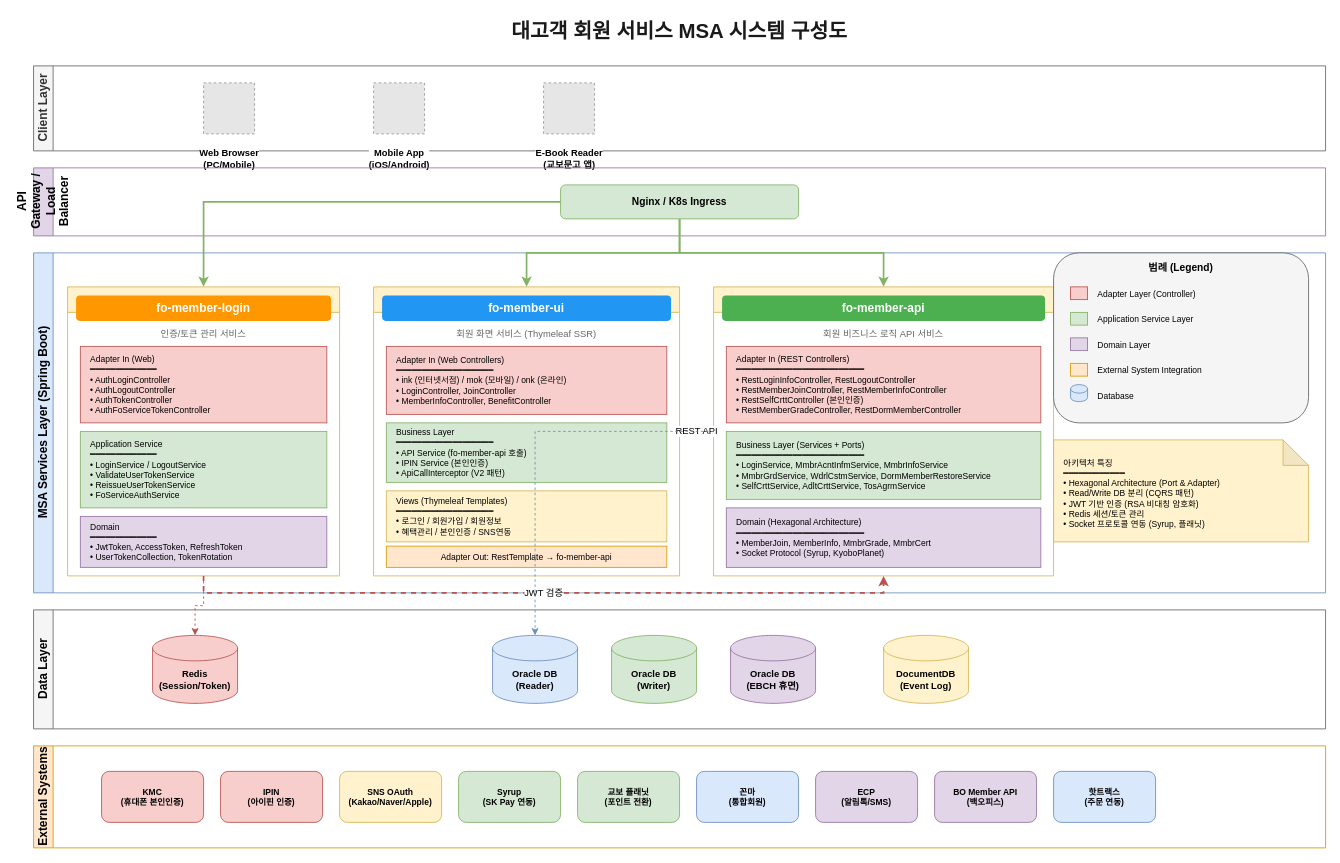
Above: fo-member-msa-architecture.drawio in BaekSeungJo/Diagram (draw.io), before the change. Source tidied: cells renumbered, new cells numbered last; positions are measured from the earlier drawing's top-left corner, leaving out a move shared by most shapes. Both pictures are drawn from the tidied source at 85%, with x=0, y=0 at pixel (33, 14). Pictures stored in the file or linked from it are replaced by grey dashed boxes.
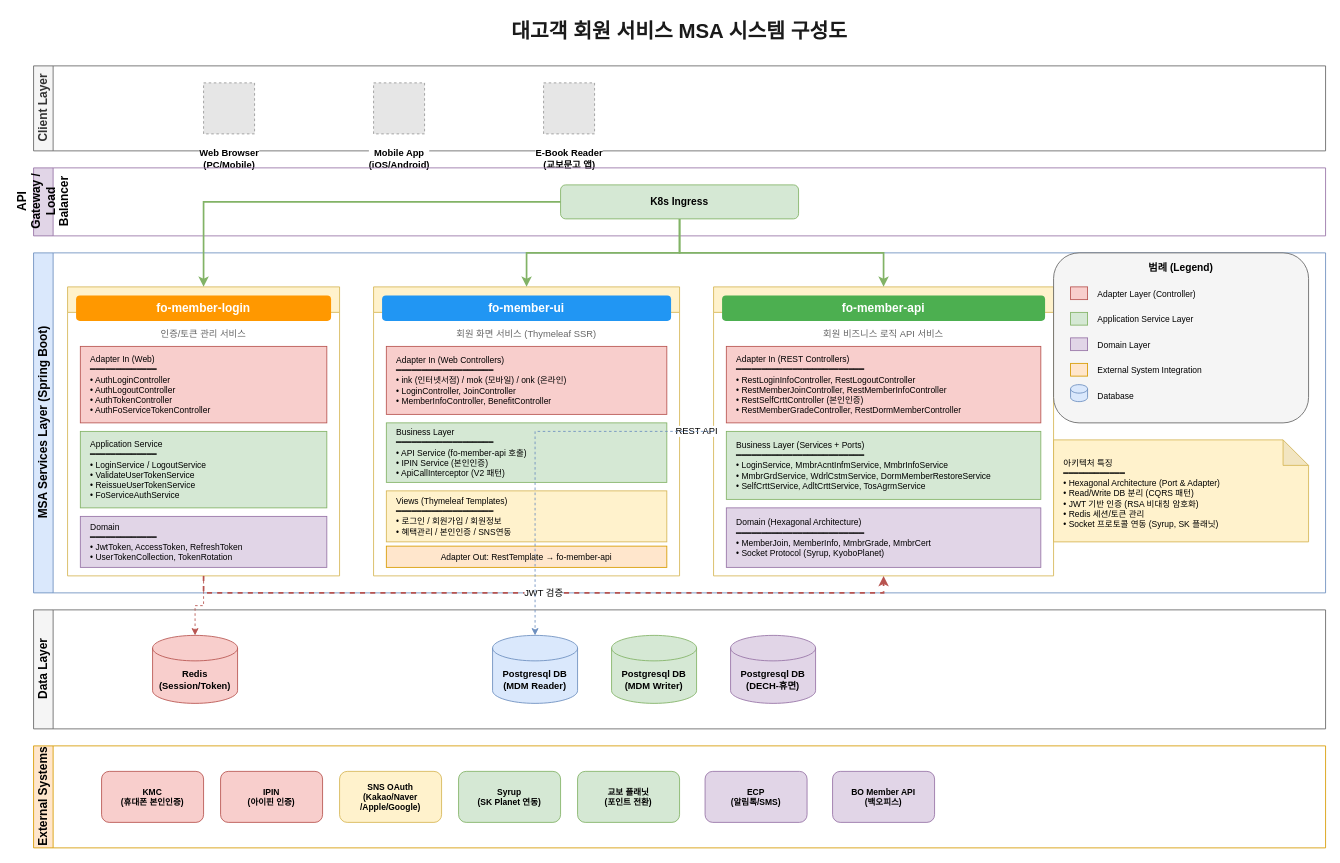
The same page after the edit.

Unchanged cells that the change refers to:
```xml
<mxCell id="7" value="API Gateway / Load Balancer" style="swimlane;horizontal=0;whiteSpace=wrap;html=1;fillColor=#e1d5e7;strokeColor=#9673a6;fontSize=14;fontStyle=1;" parent="1" vertex="1">
  <mxGeometry y="180" width="1520" height="80" as="geometry" />
</mxCell>
<mxCell id="31" value="Data Layer" style="swimlane;horizontal=0;whiteSpace=wrap;html=1;fillColor=#f5f5f5;strokeColor=#666666;fontSize=14;fontStyle=1;" parent="1" vertex="1">
  <mxGeometry y="700" width="1520" height="140" as="geometry" />
</mxCell>
<mxCell id="37" value="External Systems" style="swimlane;horizontal=0;whiteSpace=wrap;html=1;fillColor=#ffe6cc;strokeColor=#d79b00;fontSize=14;fontStyle=1;" parent="1" vertex="1">
  <mxGeometry y="860" width="1520" height="120" as="geometry" />
</mxCell>
```

The edit, as a diff of the source:
```diff
@@
-    <mxCell id="8" value="Nginx / K8s Ingress" style="rounded=1;whiteSpace=wrap;html=1;fillColor=#d5e8d4;strokeColor=#82b366;fontSize=12;fontStyle=1;" parent="7" vertex="1">
+    <mxCell id="8" value="K8s Ingress" style="rounded=1;whiteSpace=wrap;html=1;fillColor=#d5e8d4;strokeColor=#82b366;fontSize=12;fontStyle=1;" parent="7" vertex="1">
       <mxGeometry x="620" y="20" width="280" height="40" as="geometry" />
     </mxCell>
@@
-    <mxCell id="33" value="Oracle DB&#10;(Reader)" style="shape=cylinder3;whiteSpace=wrap;html=1;boundedLbl=1;backgroundOutline=1;size=15;fillColor=#dae8fc;strokeColor=#6c8ebf;fontSize=11;fontStyle=1;" parent="31" vertex="1">
+    <mxCell id="33" value="Postgresql DB&lt;br&gt;(MDM Reader)" style="shape=cylinder3;whiteSpace=wrap;html=1;boundedLbl=1;backgroundOutline=1;size=15;fillColor=#dae8fc;strokeColor=#6c8ebf;fontSize=11;fontStyle=1;" parent="31" vertex="1">
       <mxGeometry x="540" y="30" width="100" height="80" as="geometry" />
     </mxCell>
-    <mxCell id="34" value="Oracle DB&#10;(Writer)" style="shape=cylinder3;whiteSpace=wrap;html=1;boundedLbl=1;backgroundOutline=1;size=15;fillColor=#d5e8d4;strokeColor=#82b366;fontSize=11;fontStyle=1;" parent="31" vertex="1">
+    <mxCell id="34" value="Postgresql DB&lt;br&gt;(MDM Writer)" style="shape=cylinder3;whiteSpace=wrap;html=1;boundedLbl=1;backgroundOutline=1;size=15;fillColor=#d5e8d4;strokeColor=#82b366;fontSize=11;fontStyle=1;" parent="31" vertex="1">
       <mxGeometry x="680" y="30" width="100" height="80" as="geometry" />
     </mxCell>
-    <mxCell id="35" value="Oracle DB&#10;(EBCH 휴면)" style="shape=cylinder3;whiteSpace=wrap;html=1;boundedLbl=1;backgroundOutline=1;size=15;fillColor=#e1d5e7;strokeColor=#9673a6;fontSize=11;fontStyle=1;" parent="31" vertex="1">
+    <mxCell id="35" value="Postgresql DB&lt;br&gt;(DECH-휴면)" style="shape=cylinder3;whiteSpace=wrap;html=1;boundedLbl=1;backgroundOutline=1;size=15;fillColor=#e1d5e7;strokeColor=#9673a6;fontSize=11;fontStyle=1;" parent="31" vertex="1">
       <mxGeometry x="820" y="30" width="100" height="80" as="geometry" />
     </mxCell>
-    <mxCell id="36" value="DocumentDB&#10;(Event Log)" style="shape=cylinder3;whiteSpace=wrap;html=1;boundedLbl=1;backgroundOutline=1;size=15;fillColor=#fff2cc;strokeColor=#d6b656;fontSize=11;fontStyle=1;" parent="31" vertex="1">
-      <mxGeometry x="1000" y="30" width="100" height="80" as="geometry" />
-    </mxCell>
@@
-    <mxCell id="40" value="SNS OAuth&#10;(Kakao/Naver/Apple)" style="rounded=1;whiteSpace=wrap;html=1;fillColor=#fff2cc;strokeColor=#d6b656;fontSize=10;fontStyle=1;" parent="37" vertex="1">
+    <mxCell id="40" value="SNS OAuth&lt;br&gt;(Kakao/Naver&lt;br&gt;/Apple/Google)" style="rounded=1;whiteSpace=wrap;html=1;fillColor=#fff2cc;strokeColor=#d6b656;fontSize=10;fontStyle=1;" parent="37" vertex="1">
       <mxGeometry x="360" y="30" width="120" height="60" as="geometry" />
     </mxCell>
-    <mxCell id="41" value="Syrup&#10;(SK Pay 연동)" style="rounded=1;whiteSpace=wrap;html=1;fillColor=#d5e8d4;strokeColor=#82b366;fontSize=10;fontStyle=1;" parent="37" vertex="1">
+    <mxCell id="41" value="Syrup&lt;br&gt;(SK Planet 연동)" style="rounded=1;whiteSpace=wrap;html=1;fillColor=#d5e8d4;strokeColor=#82b366;fontSize=10;fontStyle=1;" parent="37" vertex="1">
       <mxGeometry x="500" y="30" width="120" height="60" as="geometry" />
     </mxCell>
@@
-    <mxCell id="43" value="꼰마&#10;(통합회원)" style="rounded=1;whiteSpace=wrap;html=1;fillColor=#dae8fc;strokeColor=#6c8ebf;fontSize=10;fontStyle=1;" parent="37" vertex="1">
-      <mxGeometry x="780" y="30" width="120" height="60" as="geometry" />
-    </mxCell>
     <mxCell id="44" value="ECP&#10;(알림톡/SMS)" style="rounded=1;whiteSpace=wrap;html=1;fillColor=#e1d5e7;strokeColor=#9673a6;fontSize=10;fontStyle=1;" parent="37" vertex="1">
-      <mxGeometry x="920" y="30" width="120" height="60" as="geometry" />
+      <mxGeometry x="790" y="30" width="120" height="60" as="geometry" />
     </mxCell>
     <mxCell id="45" value="BO Member API&#10;(백오피스)" style="rounded=1;whiteSpace=wrap;html=1;fillColor=#e1d5e7;strokeColor=#9673a6;fontSize=10;fontStyle=1;" parent="37" vertex="1">
-      <mxGeometry x="1060" y="30" width="120" height="60" as="geometry" />
+      <mxGeometry x="940" y="30" width="120" height="60" as="geometry" />
     </mxCell>
-    <mxCell id="46" value="핫트랙스&#10;(주문 연동)" style="rounded=1;whiteSpace=wrap;html=1;fillColor=#dae8fc;strokeColor=#6c8ebf;fontSize=10;fontStyle=1;" parent="37" vertex="1">
-      <mxGeometry x="1200" y="30" width="120" height="60" as="geometry" />
-    </mxCell>
@@
-    <mxCell id="64" value="아키텍처 특징&#10;━━━━━━━━━━━━&#10;• Hexagonal Architecture (Port &amp; Adapter)&#10;• Read/Write DB 분리 (CQRS 패턴)&#10;• JWT 기반 인증 (RSA 비대칭 암호화)&#10;• Redis 세션/토큰 관리&#10;• Socket 프로토콜 연동 (Syrup, 플래닛)" style="shape=note;whiteSpace=wrap;html=1;backgroundOutline=1;darkOpacity=0.05;fillColor=#fff2cc;strokeColor=#d6b656;fontSize=10;align=left;spacingLeft=10;spacingTop=5;" parent="1" vertex="1">
+    <mxCell id="64" value="아키텍처 특징&lt;br&gt;━━━━━━━━━━━━&lt;br&gt;• Hexagonal Architecture (Port &amp;amp; Adapter)&lt;br&gt;• Read/Write DB 분리 (CQRS 패턴)&lt;br&gt;• JWT 기반 인증 (RSA 비대칭 암호화)&lt;br&gt;• Redis 세션/토큰 관리&lt;br&gt;• Socket 프로토콜 연동 (Syrup, SK 플래닛)" style="shape=note;whiteSpace=wrap;html=1;backgroundOutline=1;darkOpacity=0.05;fillColor=#fff2cc;strokeColor=#d6b656;fontSize=10;align=left;spacingLeft=10;spacingTop=5;" parent="1" vertex="1">
       <mxGeometry x="1200" y="500" width="300" height="120" as="geometry" />
     </mxCell>
```
